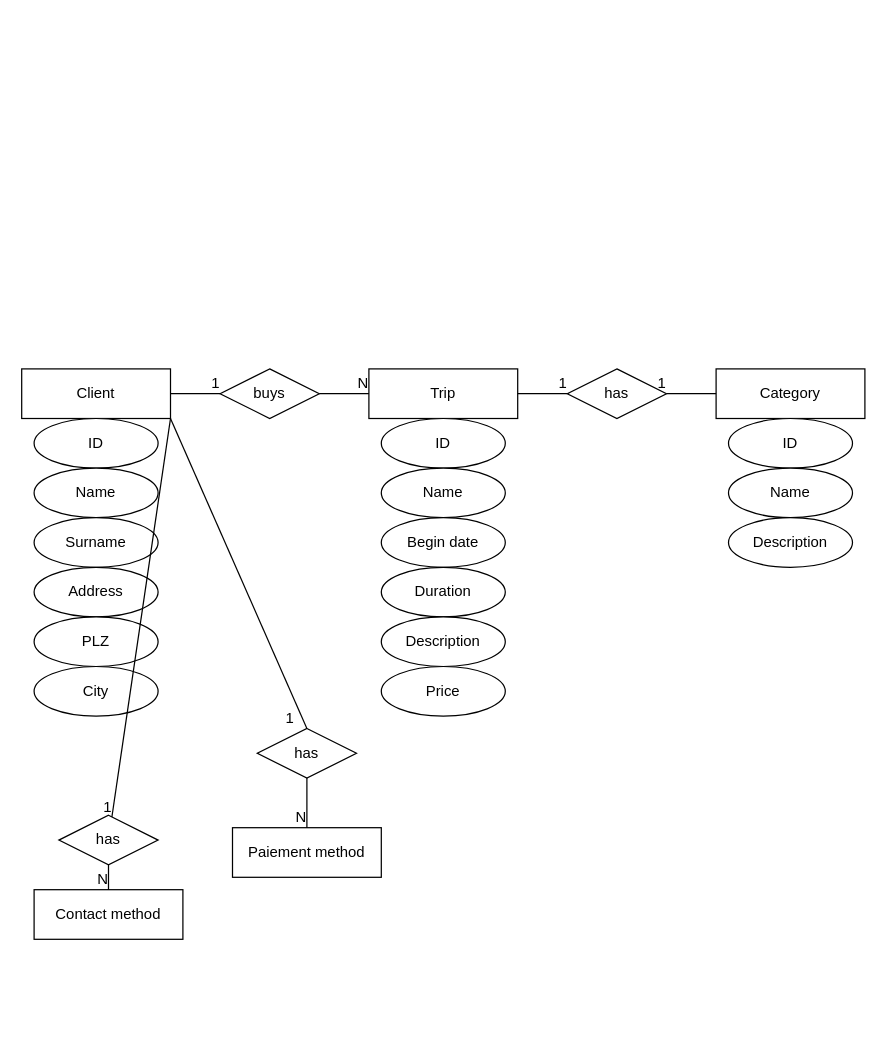
This is DB Projekt 1.drawio from phootrf/DBProjet1, a draw.io file, before an edit. Source tidied: cells renumbered, new cells numbered last; positions are measured from the earlier drawing's top-left corner, leaving out a move shared by most shapes. Both pictures are drawn from the tidied source at 124%, with x=0, y=0 at pixel (21, 368).
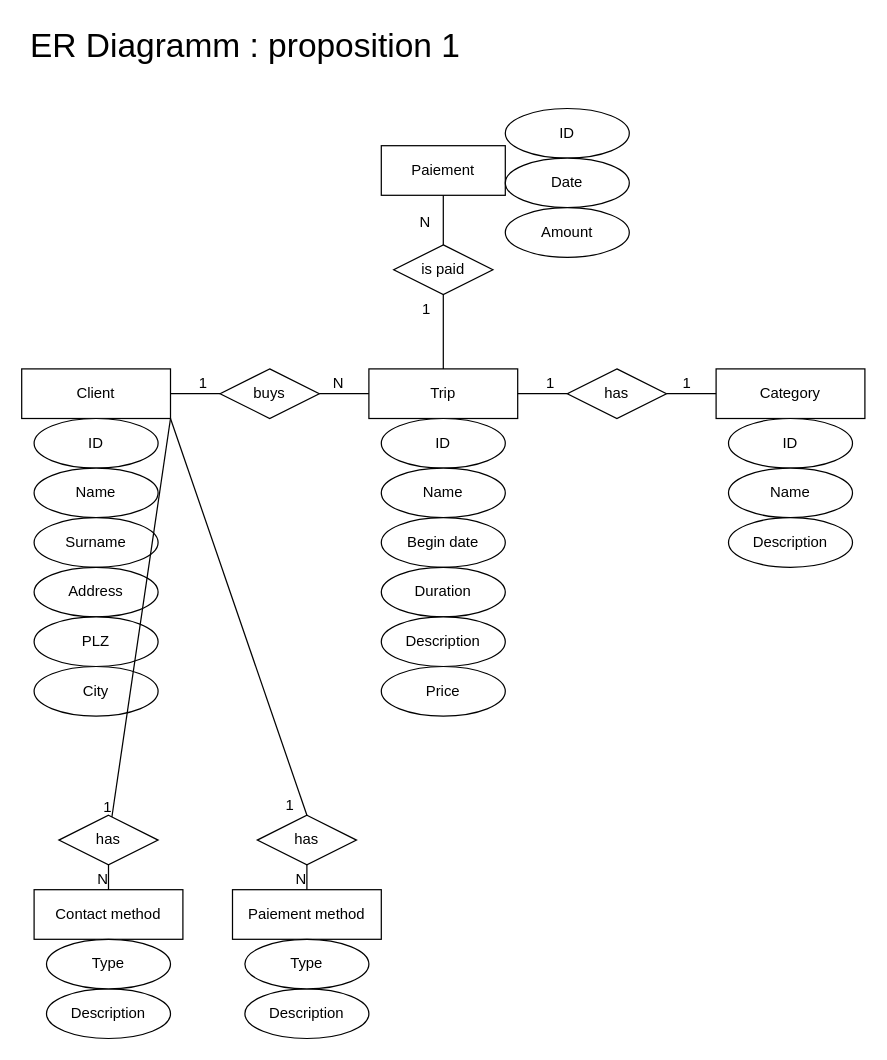
The same diagram, later.

The change refers to these unchanged cells:
```xml
<mxCell id="3" value="Trip" style="whiteSpace=wrap;html=1;align=center;" parent="1" vertex="1">
  <mxGeometry x="280" width="120" height="40" as="geometry" />
</mxCell>
<mxCell id="8" style="endArrow=none;html=1;rounded=0;exitX=1;exitY=0.5;exitDx=0;exitDy=0;entryX=0;entryY=0.5;entryDx=0;entryDy=0;" parent="1" edge="1" source="2" target="7">
  <mxGeometry relative="1" as="geometry" />
</mxCell>
<mxCell id="10" style="endArrow=none;html=1;rounded=0;exitX=1;exitY=0.5;exitDx=0;exitDy=0;entryX=0;entryY=0.5;entryDx=0;entryDy=0;" parent="1" edge="1" source="7" target="3">
  <mxGeometry relative="1" as="geometry" />
</mxCell>
<mxCell id="13" style="endArrow=none;html=1;rounded=0;exitX=1;exitY=0.5;exitDx=0;exitDy=0;entryX=0;entryY=0.5;entryDx=0;entryDy=0;" parent="1" edge="1" source="3" target="12">
  <mxGeometry relative="1" as="geometry" />
</mxCell>
<mxCell id="15" style="endArrow=none;html=1;rounded=0;exitX=0;exitY=0.5;exitDx=0;exitDy=0;entryX=1;entryY=0.5;entryDx=0;entryDy=0;" parent="1" edge="1" source="4" target="12">
  <mxGeometry relative="1" as="geometry" />
</mxCell>
```

The edit, as a diff of the source:
```diff
@@
     <mxCell id="6" value="Paiement method" style="whiteSpace=wrap;html=1;align=center;" parent="1" vertex="1">
-      <mxGeometry x="170" y="370" width="120" height="40" as="geometry" />
+      <mxGeometry x="170" y="420" width="120" height="40" as="geometry" />
     </mxCell>
@@
     <mxCell id="9" value="1" style="html=1;align=right;verticalAlign=bottom;" parent="8" vertex="1">
-      <mxGeometry x="1" relative="1" as="geometry" />
+      <mxGeometry x="1" relative="1" as="geometry">
+        <mxPoint x="-10" as="offset" />
+      </mxGeometry>
     </mxCell>
@@
     <mxCell id="11" value="N" style="html=1;align=right;verticalAlign=bottom;" parent="10" vertex="1">
-      <mxGeometry x="1" relative="1" as="geometry" />
+      <mxGeometry x="1" relative="1" as="geometry">
+        <mxPoint x="-20" as="offset" />
+      </mxGeometry>
     </mxCell>
@@
     <mxCell id="14" value="1" style="html=1;align=right;verticalAlign=bottom;" parent="13" vertex="1">
-      <mxGeometry x="1" relative="1" as="geometry" />
+      <mxGeometry x="1" relative="1" as="geometry">
+        <mxPoint x="-10" as="offset" />
+      </mxGeometry>
     </mxCell>
@@
     <mxCell id="16" value="1" style="html=1;align=right;verticalAlign=bottom;" parent="15" vertex="1">
-      <mxGeometry x="1" relative="1" as="geometry" />
+      <mxGeometry x="1" relative="1" as="geometry">
+        <mxPoint x="20" as="offset" />
+      </mxGeometry>
     </mxCell>
@@
     <mxCell id="33" value="has" style="shape=rhombus;perimeter=rhombusPerimeter;whiteSpace=wrap;html=1;align=center;" parent="1" vertex="1">
-      <mxGeometry x="190" y="290" width="80" height="40" as="geometry" />
+      <mxGeometry x="190" y="360" width="80" height="40" as="geometry" />
     </mxCell>
@@
+    <mxCell id="42" value="is paid" style="shape=rhombus;perimeter=rhombusPerimeter;whiteSpace=wrap;html=1;align=center;" parent="1" vertex="1">
+      <mxGeometry x="300" y="-100" width="80" height="40" as="geometry" />
+    </mxCell>
+    <mxCell id="43" value="Paiement" style="whiteSpace=wrap;html=1;align=center;" parent="1" vertex="1">
+      <mxGeometry x="290" y="-180" width="100" height="40" as="geometry" />
+    </mxCell>
+    <mxCell id="44" style="endArrow=none;html=1;rounded=0;entryX=0.5;entryY=1;entryDx=0;entryDy=0;" parent="1" edge="1" source="3" target="42">
+      <mxGeometry relative="1" as="geometry" />
+    </mxCell>
+    <mxCell id="45" value="1" style="html=1;align=right;verticalAlign=bottom;" parent="44" vertex="1">
+      <mxGeometry x="1" relative="1" as="geometry">
+        <mxPoint x="-10" y="20" as="offset" />
+      </mxGeometry>
+    </mxCell>
+    <mxCell id="46" style="endArrow=none;html=1;rounded=0;exitX=0.5;exitY=0;exitDx=0;exitDy=0;entryX=0.5;entryY=1;entryDx=0;entryDy=0;" parent="1" edge="1" source="42" target="43">
+      <mxGeometry relative="1" as="geometry" />
+    </mxCell>
+    <mxCell id="47" value="N" style="html=1;align=right;verticalAlign=bottom;" parent="46" vertex="1">
+      <mxGeometry x="1" relative="1" as="geometry">
+        <mxPoint x="-10" y="30" as="offset" />
+      </mxGeometry>
+    </mxCell>
+    <mxCell id="48" value="ER Diagramm : proposition 1" style="text;html=1;align=center;verticalAlign=middle;fillColor=none;strokeColor=none;rounded=0;fontSize=27;" parent="1" vertex="1">
+      <mxGeometry y="-280" width="360" height="40" as="geometry" />
+    </mxCell>
+    <mxCell id="49" value="ID" style="ellipse;whiteSpace=wrap;html=1;align=center;" parent="1" vertex="1">
+      <mxGeometry x="390" y="-210" width="100" height="40" as="geometry" />
+    </mxCell>
+    <mxCell id="50" value="Date" style="ellipse;whiteSpace=wrap;html=1;align=center;" parent="1" vertex="1">
+      <mxGeometry x="390" y="-170" width="100" height="40" as="geometry" />
+    </mxCell>
+    <mxCell id="51" value="Amount" style="ellipse;whiteSpace=wrap;html=1;align=center;" parent="1" vertex="1">
+      <mxGeometry x="390" y="-130" width="100" height="40" as="geometry" />
+    </mxCell>
+    <mxCell id="52" value="Description" style="ellipse;whiteSpace=wrap;html=1;align=center;" parent="1" vertex="1">
+      <mxGeometry x="20" y="500" width="100" height="40" as="geometry" />
+    </mxCell>
+    <mxCell id="53" value="Description" style="ellipse;whiteSpace=wrap;html=1;align=center;" parent="1" vertex="1">
+      <mxGeometry x="180" y="500" width="100" height="40" as="geometry" />
+    </mxCell>
+    <mxCell id="54" value="Type" style="ellipse;whiteSpace=wrap;html=1;align=center;" parent="1" vertex="1">
+      <mxGeometry x="20" y="460" width="100" height="40" as="geometry" />
+    </mxCell>
+    <mxCell id="55" value="Type" style="ellipse;whiteSpace=wrap;html=1;align=center;" parent="1" vertex="1">
+      <mxGeometry x="180" y="460" width="100" height="40" as="geometry" />
+    </mxCell>
```
